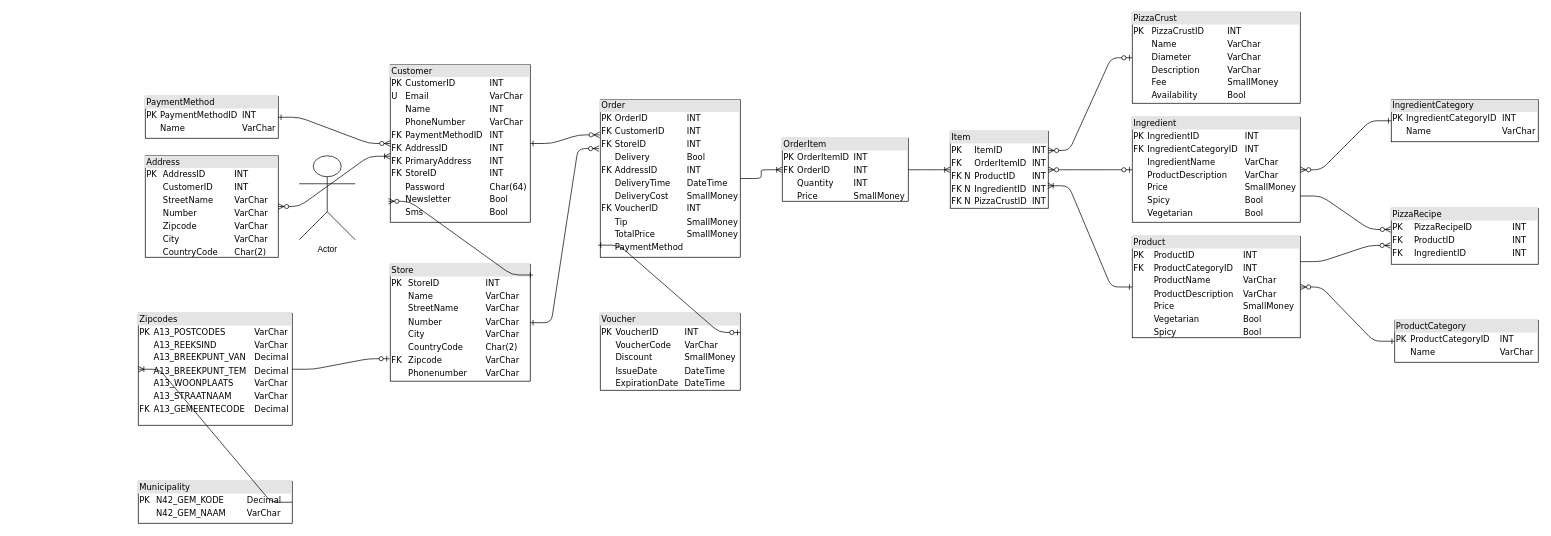
Above: DBO_huidige_situatie.drawio in SlatanEnLexSemester4/Mario-Pizza-Case (draw.io), before the change. Source tidied: cells renumbered, new cells numbered last; positions are measured from the earlier drawing's top-left corner, leaving out a move shared by most shapes. Both pictures are drawn from the tidied source at 70%, with x=0, y=0 at pixel (138, 12).
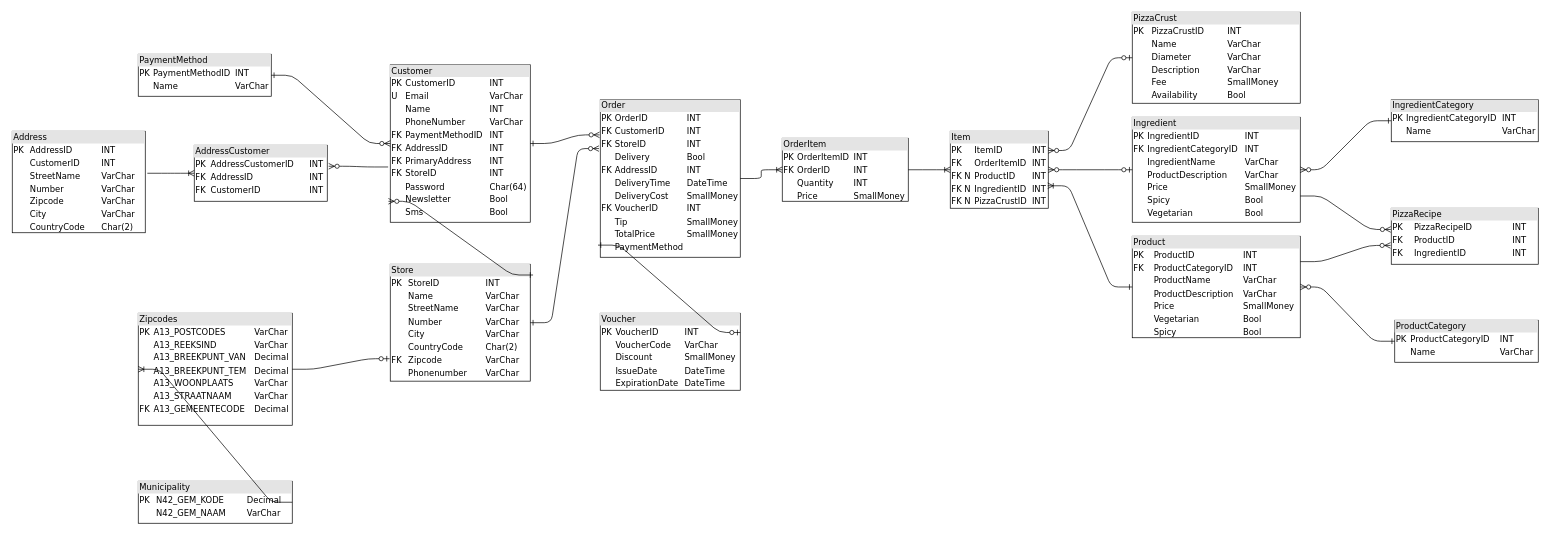
The same page after the edit.

Unchanged cells that the change refers to:
```xml
<mxCell id="15" value="&lt;div style=&quot;box-sizing: border-box ; width: 100% ; background: #e4e4e4 ; padding: 2px&quot;&gt;Customer&lt;br&gt;&lt;/div&gt;&lt;table style=&quot;width: 100% ; font-size: 1em&quot; cellspacing=&quot;0&quot; cellpadding=&quot;2&quot;&gt;&lt;tbody&gt;&lt;tr&gt;&lt;td&gt;PK&lt;/td&gt;&lt;td&gt;CustomerID&lt;br&gt;&lt;/td&gt;&lt;td&gt;INT&lt;/td&gt;&lt;/tr&gt;&lt;tr&gt;&lt;td&gt;U&lt;/td&gt;&lt;td&gt;Email&lt;br&gt;&lt;/td&gt;&lt;td&gt;VarChar&lt;/td&gt;&lt;/tr&gt;&lt;tr&gt;&lt;td&gt;&lt;br&gt;&lt;/td&gt;&lt;td&gt;Name&lt;/td&gt;&lt;td&gt;INT&lt;/td&gt;&lt;/tr&gt;&lt;tr&gt;&lt;td&gt;&lt;br&gt;&lt;/td&gt;&lt;td&gt;PhoneNumber&lt;/td&gt;&lt;td&gt;VarChar&lt;/td&gt;&lt;/tr&gt;&lt;tr&gt;&lt;td&gt;FK&lt;/td&gt;&lt;td&gt;PaymentMethodID&lt;/td&gt;&lt;td&gt;INT&lt;/td&gt;&lt;/tr&gt;&lt;tr&gt;&lt;td&gt;FK&lt;/td&gt;&lt;td&gt;AddressID&lt;br&gt;&lt;/td&gt;&lt;td&gt;INT&lt;/td&gt;&lt;/tr&gt;&lt;tr&gt;&lt;td&gt;FK&lt;/td&gt;&lt;td&gt;PrimaryAddress&lt;/td&gt;&lt;td&gt;INT&lt;/td&gt;&lt;/tr&gt;&lt;tr&gt;&lt;td&gt;FK&lt;/td&gt;&lt;td&gt;StoreID&lt;/td&gt;&lt;td&gt;INT&lt;/td&gt;&lt;/tr&gt;&lt;tr&gt;&lt;td&gt;&lt;br&gt;&lt;/td&gt;&lt;td&gt;Password&lt;/td&gt;&lt;td&gt;Char(64)&lt;/td&gt;&lt;/tr&gt;&lt;tr&gt;&lt;td&gt;&lt;br&gt;&lt;/td&gt;&lt;td&gt;Newsletter&lt;/td&gt;&lt;td&gt;Bool&lt;/td&gt;&lt;/tr&gt;&lt;tr&gt;&lt;td&gt;&lt;br&gt;&lt;/td&gt;&lt;td&gt;Sms&lt;/td&gt;&lt;td&gt;Bool&lt;/td&gt;&lt;/tr&gt;&lt;/tbody&gt;&lt;/table&gt;" style="verticalAlign=top;align=left;overflow=fill;html=1;rounded=0;shadow=0;comic=0;labelBackgroundColor=none;strokeWidth=1;fontFamily=Verdana;fontSize=12;" parent="1" vertex="1">
  <mxGeometry x="360" y="75" width="200" height="225" as="geometry" />
</mxCell>
```

What changed in the source:
```diff
@@
     <mxCell id="16" value="&lt;div style=&quot;box-sizing: border-box ; width: 100% ; background: #e4e4e4 ; padding: 2px&quot;&gt;PaymentMethod&lt;br&gt;&lt;/div&gt;&lt;table style=&quot;width: 100% ; font-size: 1em&quot; cellspacing=&quot;0&quot; cellpadding=&quot;2&quot;&gt;&lt;tbody&gt;&lt;tr&gt;&lt;td&gt;PK&lt;/td&gt;&lt;td&gt;PaymentMethodID&lt;br&gt;&lt;/td&gt;&lt;td&gt;INT&lt;/td&gt;&lt;/tr&gt;&lt;tr&gt;&lt;td&gt;&lt;br&gt;&lt;/td&gt;&lt;td&gt;Name&lt;br&gt;&lt;/td&gt;&lt;td&gt;VarChar&lt;/td&gt;&lt;/tr&gt;&lt;/tbody&gt;&lt;/table&gt;" style="verticalAlign=top;align=left;overflow=fill;html=1;rounded=0;shadow=0;comic=0;labelBackgroundColor=none;strokeWidth=1;fontFamily=Verdana;fontSize=12;" parent="1" vertex="1">
-      <mxGeometry x="10" y="120" width="190" height="60" as="geometry" />
+      <mxGeometry y="60" width="190" height="60" as="geometry" />
     </mxCell>
     <mxCell id="17" value="&lt;div style=&quot;box-sizing: border-box ; width: 100% ; background: #e4e4e4 ; padding: 2px&quot;&gt;Address&lt;br&gt;&lt;/div&gt;&lt;table style=&quot;width: 100% ; font-size: 1em&quot; cellspacing=&quot;0&quot; cellpadding=&quot;2&quot;&gt;&lt;tbody&gt;&lt;tr&gt;&lt;td&gt;PK&lt;/td&gt;&lt;td&gt;AddressID&lt;br&gt;&lt;/td&gt;&lt;td&gt;INT&lt;/td&gt;&lt;/tr&gt;&lt;tr&gt;&lt;td&gt;&lt;br&gt;&lt;/td&gt;&lt;td&gt;CustomerID&lt;br&gt;&lt;/td&gt;&lt;td&gt;INT&lt;/td&gt;&lt;/tr&gt;&lt;tr&gt;&lt;td&gt;&lt;br&gt;&lt;/td&gt;&lt;td&gt;StreetName&lt;/td&gt;&lt;td&gt;VarChar&lt;/td&gt;&lt;/tr&gt;&lt;tr&gt;&lt;td&gt;&lt;br&gt;&lt;/td&gt;&lt;td&gt;Number&lt;/td&gt;&lt;td&gt;VarChar&lt;/td&gt;&lt;/tr&gt;&lt;tr&gt;&lt;td&gt;&lt;br&gt;&lt;/td&gt;&lt;td&gt;Zipcode&lt;/td&gt;&lt;td&gt;VarChar&lt;/td&gt;&lt;/tr&gt;&lt;tr&gt;&lt;td&gt;&lt;br&gt;&lt;/td&gt;&lt;td&gt;City&lt;/td&gt;&lt;td&gt;VarChar&lt;/td&gt;&lt;/tr&gt;&lt;tr&gt;&lt;td&gt;&lt;br&gt;&lt;/td&gt;&lt;td&gt;CountryCode&lt;/td&gt;&lt;td&gt;Char(2)&lt;/td&gt;&lt;/tr&gt;&lt;/tbody&gt;&lt;/table&gt;" style="verticalAlign=top;align=left;overflow=fill;html=1;rounded=0;shadow=0;comic=0;labelBackgroundColor=none;strokeWidth=1;fontFamily=Verdana;fontSize=12;" parent="1" vertex="1">
-      <mxGeometry x="10" y="205" width="190" height="145" as="geometry" />
+      <mxGeometry x="-180" y="170" width="190" height="145" as="geometry" />
     </mxCell>
@@
-    <mxCell id="30" style="edgeStyle=entityRelationEdgeStyle;fontSize=12;html=1;endArrow=ERoneToMany;endFill=0;exitX=1;exitY=0.5;exitDx=0;exitDy=0;entryX=-0.001;entryY=0.581;entryDx=0;entryDy=0;entryPerimeter=0;startArrow=ERzeroToMany;startFill=1;" parent="1" edge="1" source="17" target="15">
-      <mxGeometry relative="1" as="geometry" />
-    </mxCell>
@@
-    <mxCell id="38" value="Actor" style="shape=umlActor;verticalLabelPosition=bottom;verticalAlign=top;html=1;" parent="1" vertex="1">
-      <mxGeometry x="230" y="205" width="80" height="120" as="geometry" />
-    </mxCell>
+    <mxCell id="39" value="&lt;div style=&quot;box-sizing: border-box ; width: 100% ; background: #e4e4e4 ; padding: 2px&quot;&gt;AddressCustomer&lt;br&gt;&lt;/div&gt;&lt;table style=&quot;width: 100% ; font-size: 1em&quot; cellspacing=&quot;0&quot; cellpadding=&quot;2&quot;&gt;&lt;tbody&gt;&lt;tr&gt;&lt;td&gt;PK&lt;/td&gt;&lt;td&gt;AddressCustomerID&lt;br&gt;&lt;/td&gt;&lt;td&gt;INT&lt;/td&gt;&lt;/tr&gt;&lt;tr&gt;&lt;td&gt;FK&lt;br&gt;&lt;/td&gt;&lt;td&gt;AddressID&lt;br&gt;&lt;/td&gt;&lt;td&gt;INT&lt;br&gt;&lt;/td&gt;&lt;/tr&gt;&lt;tr&gt;&lt;td&gt;FK&lt;br&gt;&lt;/td&gt;&lt;td&gt;CustomerID&lt;br&gt;&lt;/td&gt;&lt;td&gt;INT&lt;br&gt;&lt;/td&gt;&lt;/tr&gt;&lt;/tbody&gt;&lt;/table&gt;" style="verticalAlign=top;align=left;overflow=fill;html=1;rounded=0;shadow=0;comic=0;labelBackgroundColor=none;strokeWidth=1;fontFamily=Verdana;fontSize=12;" parent="1" vertex="1">
+      <mxGeometry x="80" y="190" width="190" height="80" as="geometry" />
+    </mxCell>
+    <mxCell id="40" style="edgeStyle=entityRelationEdgeStyle;fontSize=12;html=1;endArrow=ERoneToMany;endFill=0;entryX=0;entryY=0.5;entryDx=0;entryDy=0;" parent="1" edge="1" target="39">
+      <mxGeometry relative="1" as="geometry">
+        <mxPoint x="13" y="230" as="sourcePoint" />
+      </mxGeometry>
+    </mxCell>
+    <mxCell id="41" style="edgeStyle=entityRelationEdgeStyle;fontSize=12;html=1;endArrow=none;endFill=0;entryX=-0.015;entryY=0.649;entryDx=0;entryDy=0;entryPerimeter=0;exitX=1.011;exitY=0.375;exitDx=0;exitDy=0;exitPerimeter=0;startArrow=ERzeroToMany;startFill=1;" parent="1" edge="1" source="39" target="15">
+      <mxGeometry relative="1" as="geometry" />
+    </mxCell>
```
